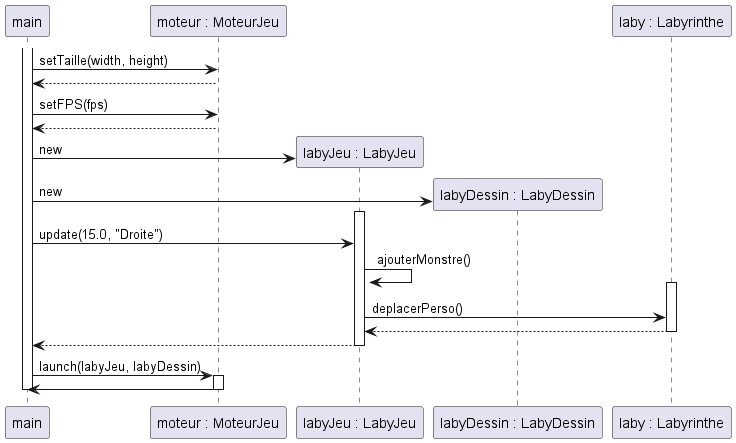
Before: documents/version_2/diagSequenceGenerationMonstres.png, a diagram exported from PlantUML (Zhi-Sheng-Trieu/2022_Zeldiablo_Doan_Oudin_Trieu_Noel).
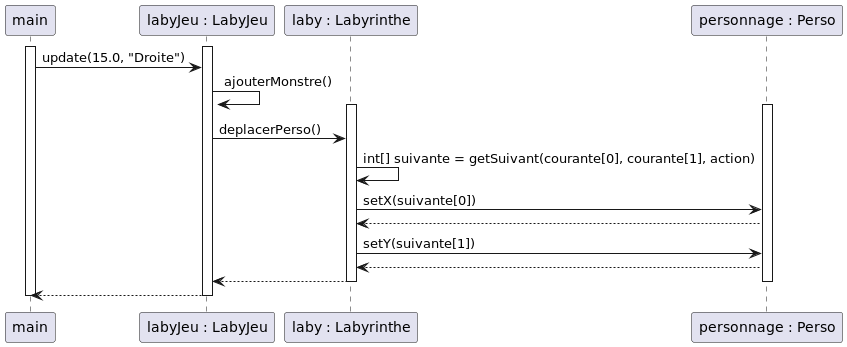
After the commit.

Commit message:
correction diag seq gen monstre

What changed in the source:
```diff
@@ -1,36 +1,33 @@
 @startuml
 participant "main" as main
-participant "moteur : MoteurJeu" as moteur
 participant "labyJeu : LabyJeu" as labyJeu
-participant "labyDessin : LabyDessin" as labyDessin
 participant "laby : Labyrinthe" as laby
+participant "personnage : Perso" as personnage
+
 
 
 activate main
-    main -> moteur : setTaille(width, height)
-    moteur --> main
-    main -> moteur : setFPS(fps)
-    moteur --> main
-    create labyJeu
-    main -> labyJeu : new
-    create labyDessin
-    main -> labyDessin : new
+
 
     activate labyJeu
         main -> labyJeu : update(15.0, "Droite")
         labyJeu -> labyJeu : ajouterMonstre()
         activate laby
-            labyJeu -> laby : deplacerPerso()
-            laby --> labyJeu
+            activate personnage
+                labyJeu -> laby : deplacerPerso()
+                laby -> laby : int[] suivante = getSuivant(courante[0], courante[1], action)
+                laby -> personnage : setX(suivante[0])
+                personnage --> laby
+                laby -> personnage : setY(suivante[1])
+                personnage --> laby
+                laby --> labyJeu
+            deactivate personnage
         deactivate laby
 
     labyJeu --> main
     deactivate labyJeu
 
-    main -> moteur : launch(labyJeu, labyDessin)
-    activate moteur
-    moteur -> main
-    deactivate moteur
+
 
 deactivate main
 
```
